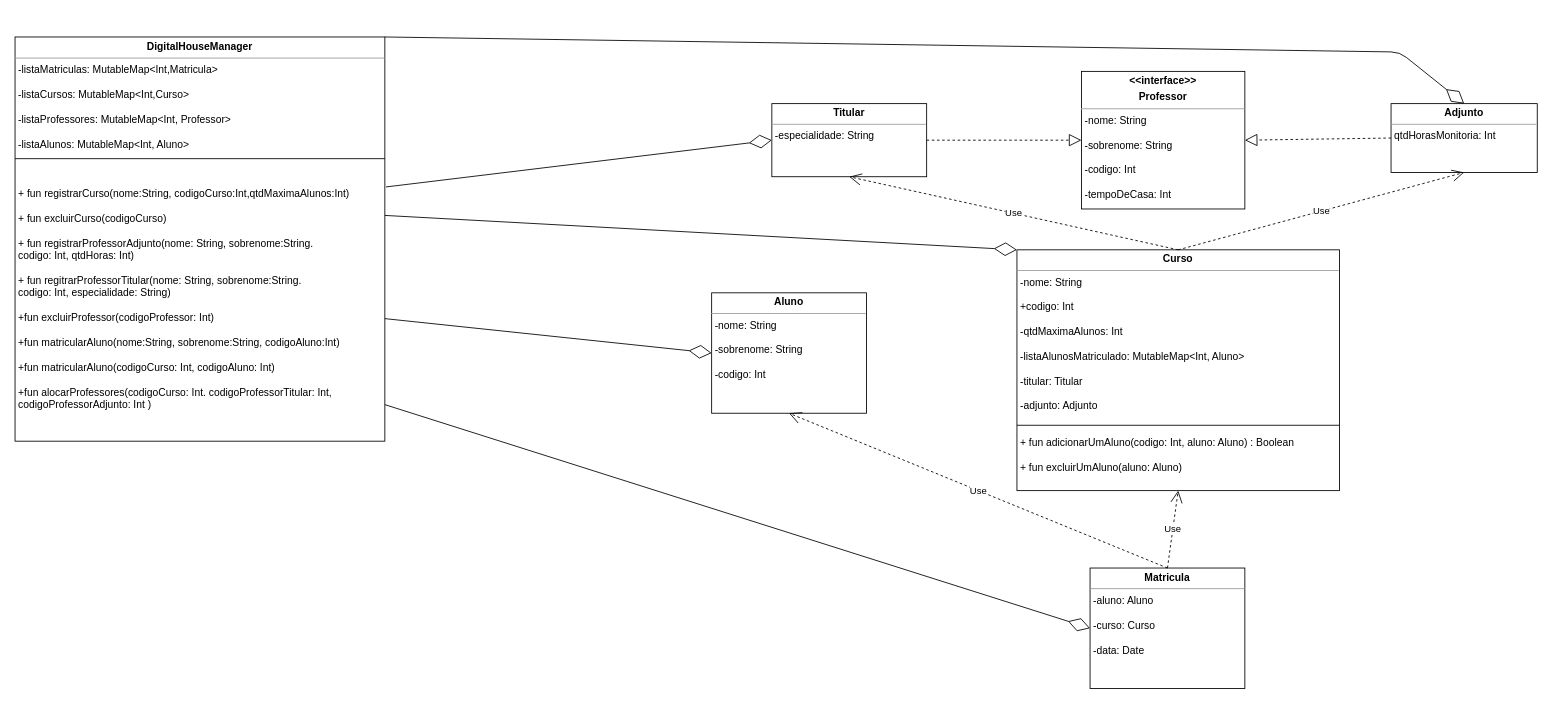
This is ParteI.drawio from MatheusHudson/Desafio, a draw.io file, before an edit. Source tidied: cells renumbered, new cells numbered last; positions are measured from the earlier drawing's top-left corner, leaving out a move shared by most shapes. Both pictures are drawn from the tidied source at 86%, with x=0, y=0 at pixel (15, 36).
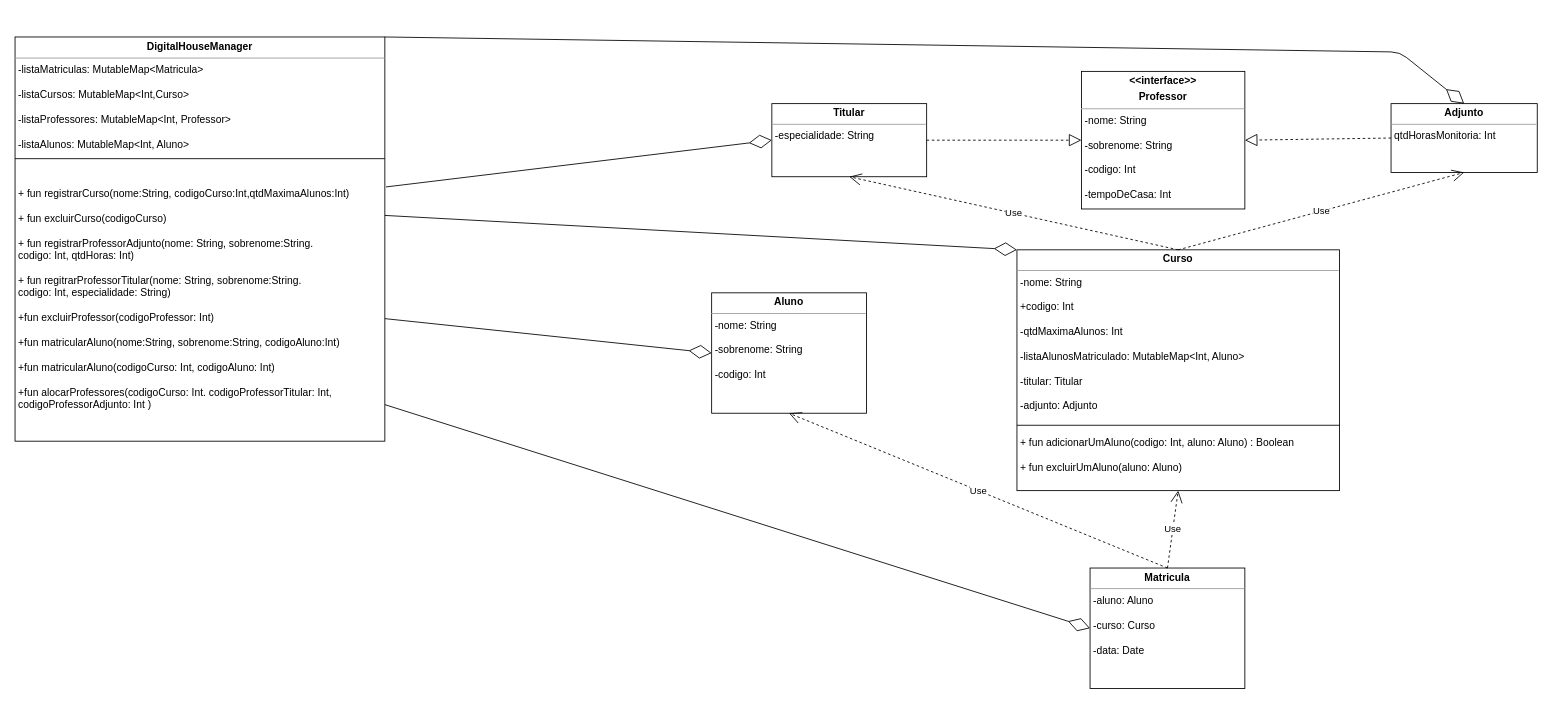
The same page after the edit.

Change to the diagram source:
```diff
@@
-    <mxCell id="14" value="&lt;p style=&quot;margin: 0px ; margin-top: 4px ; text-align: center&quot;&gt;&lt;b&gt;DigitalHouseManager&lt;/b&gt;&lt;/p&gt;&lt;hr size=&quot;1&quot;&gt;&lt;p style=&quot;margin: 0px ; margin-left: 4px&quot;&gt;&lt;span&gt;-listaMatriculas:&amp;nbsp;&lt;/span&gt;MutableMap&lt;span&gt;&amp;lt;Int,Matricula&amp;gt;&lt;/span&gt;&lt;/p&gt;&lt;p style=&quot;margin: 0px 0px 0px 4px&quot;&gt;&lt;br&gt;&lt;/p&gt;&lt;p style=&quot;margin: 0px 0px 0px 4px&quot;&gt;-listaCursos: MutableMap&amp;lt;Int,Curso&amp;gt;&lt;/p&gt;&lt;p style=&quot;margin: 0px 0px 0px 4px&quot;&gt;&lt;br&gt;&lt;/p&gt;&lt;p style=&quot;margin: 0px ; margin-left: 4px&quot;&gt;&lt;span&gt;-listaProfessores:&amp;nbsp;&lt;/span&gt;MutableMap&lt;span&gt;&amp;lt;Int, Professor&amp;gt;&lt;/span&gt;&lt;/p&gt;&lt;p style=&quot;margin: 0px 0px 0px 4px&quot;&gt;&lt;br&gt;&lt;/p&gt;&lt;p style=&quot;margin: 0px ; margin-left: 4px&quot;&gt;-listaAlunos: MutableMap&amp;lt;Int, Aluno&amp;gt;&lt;/p&gt;&lt;p style=&quot;margin: 0px ; margin-left: 4px&quot;&gt;&lt;br&gt;&lt;/p&gt;&lt;p style=&quot;margin: 0px ; margin-left: 4px&quot;&gt;&lt;br&gt;&lt;/p&gt;&lt;p style=&quot;margin: 0px ; margin-left: 4px&quot;&gt;&lt;br&gt;&lt;/p&gt;&lt;p style=&quot;margin: 0px ; margin-left: 4px&quot;&gt;+ fun registrarCurso(nome:String, codigoCurso:Int,qtdMaximaAlunos:Int)&lt;/p&gt;&lt;p style=&quot;margin: 0px ; margin-left: 4px&quot;&gt;&lt;br&gt;&lt;/p&gt;&lt;p style=&quot;margin: 0px ; margin-left: 4px&quot;&gt;+ fun excluirCurso(codigoCurso)&lt;/p&gt;&lt;p style=&quot;margin: 0px ; margin-left: 4px&quot;&gt;&lt;br&gt;&lt;/p&gt;&lt;p style=&quot;margin: 0px ; margin-left: 4px&quot;&gt;+ fun registrarProfessorAdjunto(nome: String, sobrenome:String.&lt;/p&gt;&lt;p style=&quot;margin: 0px ; margin-left: 4px&quot;&gt;codigo: Int, qtdHoras: Int)&lt;/p&gt;&lt;p style=&quot;margin: 0px ; margin-left: 4px&quot;&gt;&lt;br&gt;&lt;/p&gt;&lt;p style=&quot;margin: 0px 0px 0px 4px&quot;&gt;+ fun regitrarProfessorTitular(nome: String, sobrenome:String.&lt;/p&gt;&lt;p style=&quot;margin: 0px 0px 0px 4px&quot;&gt;codigo: Int, especialidade: String)&lt;/p&gt;&lt;p style=&quot;margin: 0px 0px 0px 4px&quot;&gt;&lt;br&gt;&lt;/p&gt;&lt;p style=&quot;margin: 0px 0px 0px 4px&quot;&gt;+fun excluirProfessor(codigoProfessor: Int)&lt;/p&gt;&lt;p style=&quot;margin: 0px 0px 0px 4px&quot;&gt;&lt;br&gt;&lt;/p&gt;&lt;p style=&quot;margin: 0px 0px 0px 4px&quot;&gt;+fun matricularAluno(nome:String, sobrenome:String, codigoAluno:Int)&lt;/p&gt;&lt;p style=&quot;margin: 0px 0px 0px 4px&quot;&gt;&lt;br&gt;&lt;/p&gt;&lt;p style=&quot;margin: 0px 0px 0px 4px&quot;&gt;+fun matricularAluno(codigoCurso: Int, codigoAluno: Int)&lt;br&gt;&lt;/p&gt;&lt;p style=&quot;margin: 0px 0px 0px 4px&quot;&gt;&lt;br&gt;&lt;/p&gt;&lt;p style=&quot;margin: 0px 0px 0px 4px&quot;&gt;+fun alocarProfessores(codigoCurso: Int. codigoProfessorTitular: Int,&lt;/p&gt;&lt;p style=&quot;margin: 0px 0px 0px 4px&quot;&gt;codigoProfessorAdjunto: Int )&lt;/p&gt;&lt;p style=&quot;margin: 0px 0px 0px 4px&quot;&gt;&lt;br&gt;&lt;/p&gt;&lt;p style=&quot;margin: 0px 0px 0px 4px&quot;&gt;&lt;br&gt;&lt;/p&gt;&lt;p style=&quot;margin: 0px 0px 0px 4px&quot;&gt;&lt;br&gt;&lt;/p&gt;" style="verticalAlign=top;align=left;overflow=fill;fontSize=12;fontFamily=Helvetica;html=1;" parent="1" vertex="1">
+    <mxCell id="14" value="&lt;p style=&quot;margin: 0px ; margin-top: 4px ; text-align: center&quot;&gt;&lt;b&gt;DigitalHouseManager&lt;/b&gt;&lt;/p&gt;&lt;hr size=&quot;1&quot;&gt;&lt;p style=&quot;margin: 0px ; margin-left: 4px&quot;&gt;&lt;span&gt;-listaMatriculas:&amp;nbsp;&lt;/span&gt;MutableMap&lt;span&gt;&amp;lt;Matricula&amp;gt;&lt;/span&gt;&lt;/p&gt;&lt;p style=&quot;margin: 0px 0px 0px 4px&quot;&gt;&lt;br&gt;&lt;/p&gt;&lt;p style=&quot;margin: 0px 0px 0px 4px&quot;&gt;-listaCursos: MutableMap&amp;lt;Int,Curso&amp;gt;&lt;/p&gt;&lt;p style=&quot;margin: 0px 0px 0px 4px&quot;&gt;&lt;br&gt;&lt;/p&gt;&lt;p style=&quot;margin: 0px ; margin-left: 4px&quot;&gt;&lt;span&gt;-listaProfessores:&amp;nbsp;&lt;/span&gt;MutableMap&lt;span&gt;&amp;lt;Int, Professor&amp;gt;&lt;/span&gt;&lt;/p&gt;&lt;p style=&quot;margin: 0px 0px 0px 4px&quot;&gt;&lt;br&gt;&lt;/p&gt;&lt;p style=&quot;margin: 0px ; margin-left: 4px&quot;&gt;-listaAlunos: MutableMap&amp;lt;Int, Aluno&amp;gt;&lt;/p&gt;&lt;p style=&quot;margin: 0px ; margin-left: 4px&quot;&gt;&lt;br&gt;&lt;/p&gt;&lt;p style=&quot;margin: 0px ; margin-left: 4px&quot;&gt;&lt;br&gt;&lt;/p&gt;&lt;p style=&quot;margin: 0px ; margin-left: 4px&quot;&gt;&lt;br&gt;&lt;/p&gt;&lt;p style=&quot;margin: 0px ; margin-left: 4px&quot;&gt;+ fun registrarCurso(nome:String, codigoCurso:Int,qtdMaximaAlunos:Int)&lt;/p&gt;&lt;p style=&quot;margin: 0px ; margin-left: 4px&quot;&gt;&lt;br&gt;&lt;/p&gt;&lt;p style=&quot;margin: 0px ; margin-left: 4px&quot;&gt;+ fun excluirCurso(codigoCurso)&lt;/p&gt;&lt;p style=&quot;margin: 0px ; margin-left: 4px&quot;&gt;&lt;br&gt;&lt;/p&gt;&lt;p style=&quot;margin: 0px ; margin-left: 4px&quot;&gt;+ fun registrarProfessorAdjunto(nome: String, sobrenome:String.&lt;/p&gt;&lt;p style=&quot;margin: 0px ; margin-left: 4px&quot;&gt;codigo: Int, qtdHoras: Int)&lt;/p&gt;&lt;p style=&quot;margin: 0px ; margin-left: 4px&quot;&gt;&lt;br&gt;&lt;/p&gt;&lt;p style=&quot;margin: 0px 0px 0px 4px&quot;&gt;+ fun regitrarProfessorTitular(nome: String, sobrenome:String.&lt;/p&gt;&lt;p style=&quot;margin: 0px 0px 0px 4px&quot;&gt;codigo: Int, especialidade: String)&lt;/p&gt;&lt;p style=&quot;margin: 0px 0px 0px 4px&quot;&gt;&lt;br&gt;&lt;/p&gt;&lt;p style=&quot;margin: 0px 0px 0px 4px&quot;&gt;+fun excluirProfessor(codigoProfessor: Int)&lt;/p&gt;&lt;p style=&quot;margin: 0px 0px 0px 4px&quot;&gt;&lt;br&gt;&lt;/p&gt;&lt;p style=&quot;margin: 0px 0px 0px 4px&quot;&gt;+fun matricularAluno(nome:String, sobrenome:String, codigoAluno:Int)&lt;/p&gt;&lt;p style=&quot;margin: 0px 0px 0px 4px&quot;&gt;&lt;br&gt;&lt;/p&gt;&lt;p style=&quot;margin: 0px 0px 0px 4px&quot;&gt;+fun matricularAluno(codigoCurso: Int, codigoAluno: Int)&lt;br&gt;&lt;/p&gt;&lt;p style=&quot;margin: 0px 0px 0px 4px&quot;&gt;&lt;br&gt;&lt;/p&gt;&lt;p style=&quot;margin: 0px 0px 0px 4px&quot;&gt;+fun alocarProfessores(codigoCurso: Int. codigoProfessorTitular: Int,&lt;/p&gt;&lt;p style=&quot;margin: 0px 0px 0px 4px&quot;&gt;codigoProfessorAdjunto: Int )&lt;/p&gt;&lt;p style=&quot;margin: 0px 0px 0px 4px&quot;&gt;&lt;br&gt;&lt;/p&gt;&lt;p style=&quot;margin: 0px 0px 0px 4px&quot;&gt;&lt;br&gt;&lt;/p&gt;&lt;p style=&quot;margin: 0px 0px 0px 4px&quot;&gt;&lt;br&gt;&lt;/p&gt;" style="verticalAlign=top;align=left;overflow=fill;fontSize=12;fontFamily=Helvetica;html=1;" parent="1" vertex="1">
       <mxGeometry y="0.5" width="430" height="470" as="geometry" />
     </mxCell>
```
